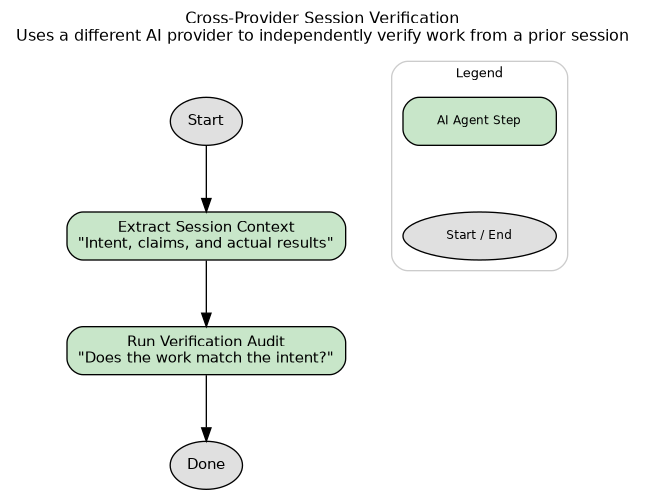
Above: examples/session-verify.png in microsoft/amplifier-bundle-recipes (Graphviz), before the change. Its source is kept beside it as examples/session-verify.dot. Source of this version:
```dot
digraph session_verify {
    rankdir=TB
    fontname="Helvetica"
    fontsize=12
    label="Cross-Provider Session Verification\nUses a different AI provider to independently verify work from a prior session"
    labelloc=t
    labeljust=c
    compound=true
    nodesep=0.6
    ranksep=0.7
    bgcolor="white"
    source_hash="c566b30b3286376d7427820e0e2b7dc81853b50aa2740b186814e4459aedd48c"

    node [fontname="Helvetica", fontsize=11, style="filled,rounded"]
    edge [fontname="Helvetica", fontsize=9]

    start [label="Start", shape=oval, fillcolor="#e0e0e0"]
    done  [label="Done", shape=oval, fillcolor="#e0e0e0"]

    step_extract_session_context [label="Extract Session Context\n\"Intent, claims, and actual results\"", shape=box, fillcolor="#c8e6c9", style="filled,rounded", tooltip="foundation:session-analyst"]
    step_verification_review [label="Run Verification Audit\n\"Does the work match the intent?\"", shape=box, fillcolor="#c8e6c9", style="filled,rounded", tooltip="foundation:zen-architect"]

    start -> step_extract_session_context
    step_extract_session_context -> step_verification_review
    step_verification_review -> done

    subgraph cluster_legend {
        label="Legend"
        style="filled,rounded"
        fillcolor="white"
        color="#cccccc"
        fontsize=10
        node [shape=box, fontsize=9, width=1.6]
        leg_agent [label="AI Agent Step", shape=box, fillcolor="#c8e6c9"]
        leg_start [label="Start / End", shape=oval, fillcolor="#e0e0e0"]
        leg_agent -> leg_start [style=invis]
    }
}
```
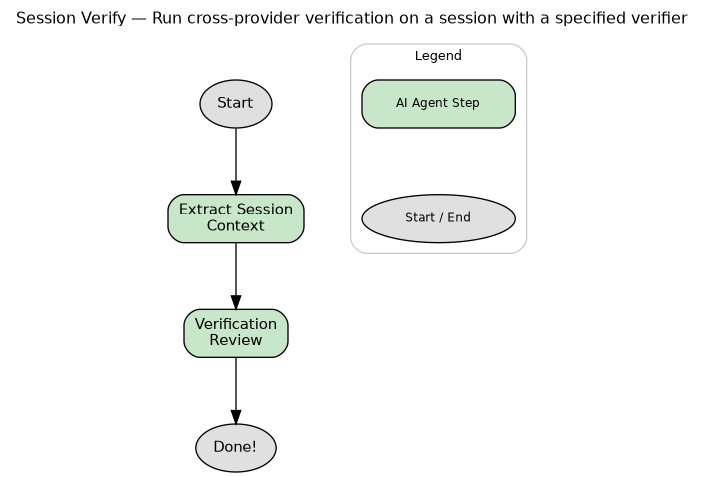
After the commit.

Commit message:
feat: add diagram lifecycle awareness to recipe authoring and validation (#57)

Diff of the diagram source:
```diff
@@ -2,7 +2,7 @@
     rankdir=TB
     fontname="Helvetica"
     fontsize=12
-    label="Cross-Provider Session Verification\nUses a different AI provider to independently verify work from a prior session"
+    label="Session Verify — Run cross-provider verification on a session with a specified verifier"
     labelloc=t
     labeljust=c
     compound=true
@@ -15,10 +15,12 @@
     edge [fontname="Helvetica", fontsize=9]
 
     start [label="Start", shape=oval, fillcolor="#e0e0e0"]
-    done  [label="Done", shape=oval, fillcolor="#e0e0e0"]
+    done  [label="Done!", shape=oval, fillcolor="#e0e0e0"]
 
-    step_extract_session_context [label="Extract Session Context\n\"Intent, claims, and actual results\"", shape=box, fillcolor="#c8e6c9", style="filled,rounded", tooltip="foundation:session-analyst"]
-    step_verification_review [label="Run Verification Audit\n\"Does the work match the intent?\"", shape=box, fillcolor="#c8e6c9", style="filled,rounded", tooltip="foundation:zen-architect"]
+    step_extract_session_context [label="Extract Session
+Context", shape=box, fillcolor="#c8e6c9", style="filled,rounded", tooltip="foundation:session-analyst"]
+    step_verification_review [label="Verification
+Review", shape=box, fillcolor="#c8e6c9", style="filled,rounded", tooltip="foundation:zen-architect"]
 
     start -> step_extract_session_context
     step_extract_session_context -> step_verification_review
```
